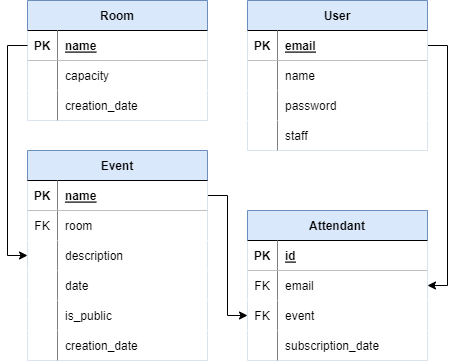
Above: docs/db_model.png in JorgeISW/rooms_challenge (draw.io), before the change. Source tidied: cells renumbered, new cells last; positions are measured from the earlier drawing's top-left corner, leaving out a move shared by most shapes.
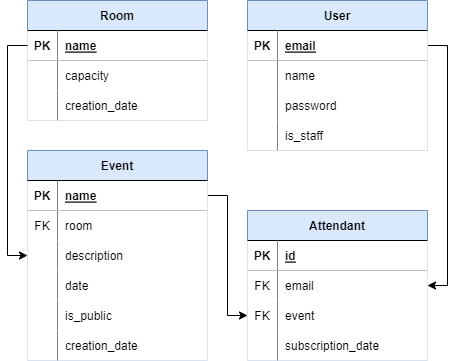
After the change.

Commit message:
Fix user field error

The edit, as a diff of the source:
```diff
@@ -41,7 +41,7 @@
     <mxCell id="14" style="shape=partialRectangle;top=0;left=0;bottom=0;right=1;overflow=hidden;" parent="13" vertex="1">
       <mxGeometry width="30" height="30" as="geometry" />
     </mxCell>
-    <mxCell id="15" value="staff" style="shape=partialRectangle;top=0;left=0;bottom=0;right=0;align=left;spacingLeft=6;overflow=hidden;" parent="13" vertex="1">
+    <mxCell id="15" value="is_staff" style="shape=partialRectangle;top=0;left=0;bottom=0;right=0;align=left;spacingLeft=6;overflow=hidden;" parent="13" vertex="1">
       <mxGeometry x="30" width="150" height="30" as="geometry" />
     </mxCell>
     <mxCell id="16" value="Room" style="shape=table;startSize=30;rowLines=0;fontStyle=1;align=center;fillColor=#dae8fc;strokeColor=#6c8ebf;" parent="1" vertex="1">
```
